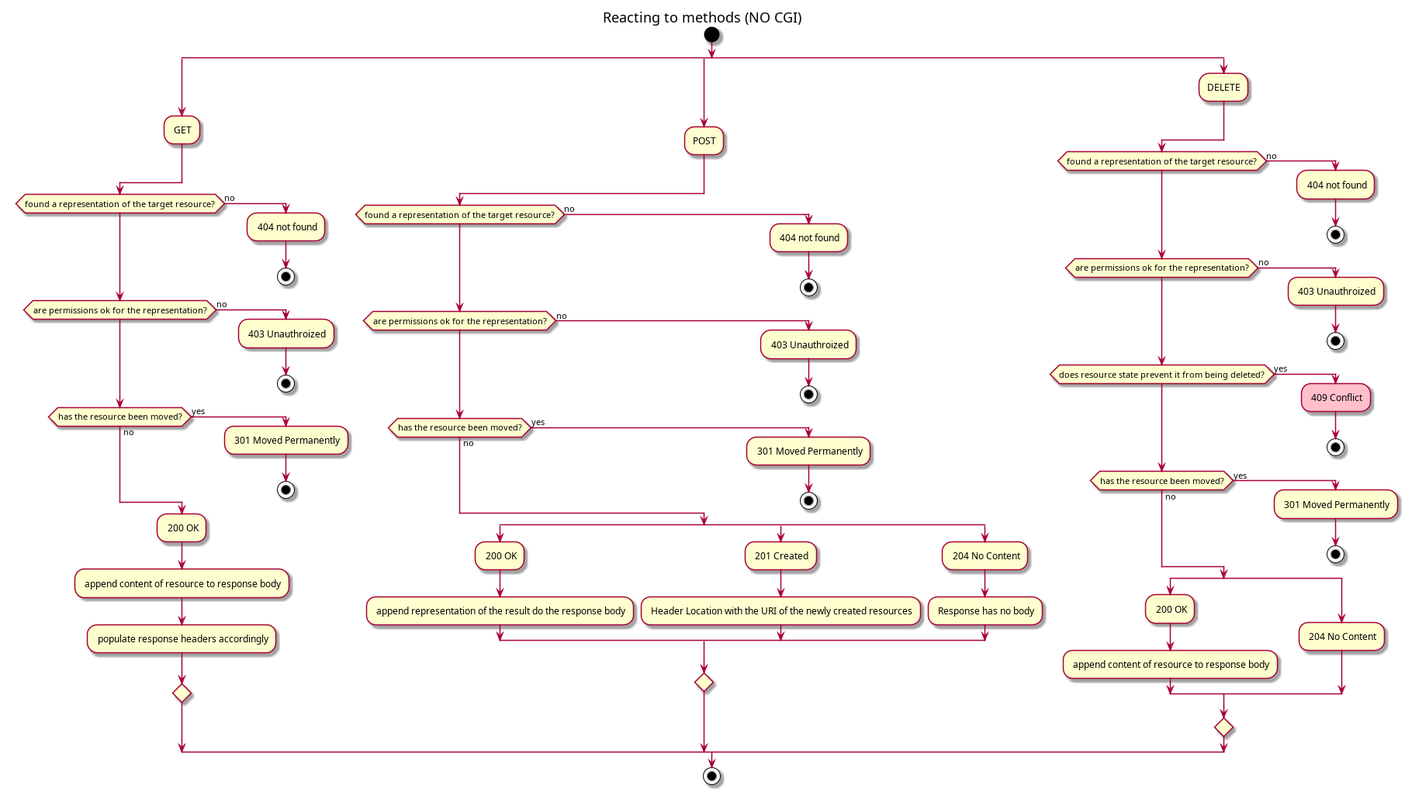
thaisnishimoto/42sp_Webserv keeps this PlantUML diagram as docs/methods.png. Above is the earlier version. Its source is kept beside it as docs/methods.puml.
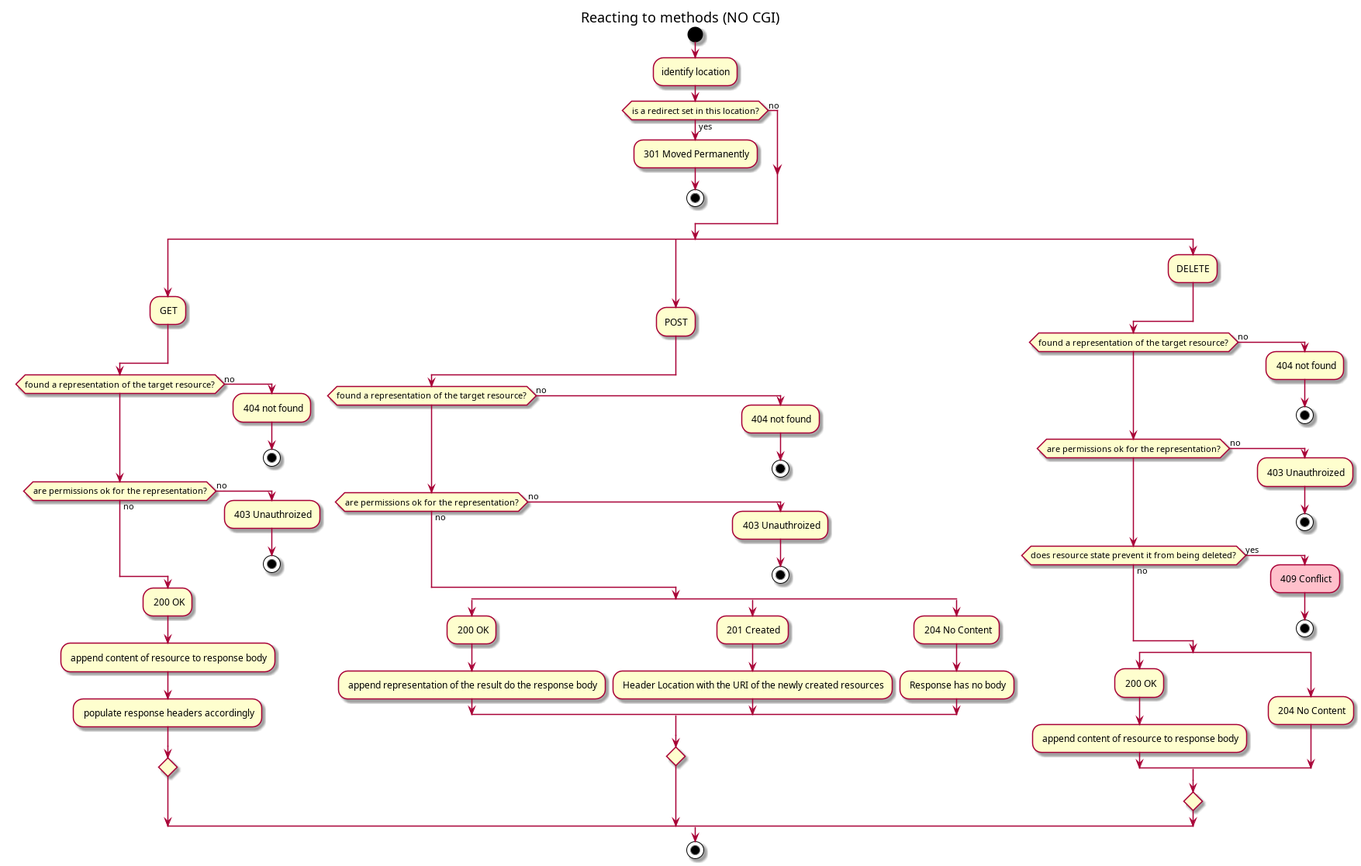
After the commit.

Commit message:
docs: changes where redirections are checked

Change to the diagram source:
```diff
@@ -6,6 +6,13 @@
 
 start
 
+:identify location;
+if (is a redirect set in this location?) then (yes)
+	: 301 Moved Permanently;
+	stop;
+else (no)
+endif
+
 split
 	: GET;
 	if (found a representation of the target resource?) then (no)
@@ -13,9 +20,6 @@
 		stop
 	else if (are permissions ok for the representation?) then (no)
 		: 403 Unauthroized;
-		stop
-	else if (has the resource been moved?) then (yes)
-		: 301 Moved Permanently;
 		stop
 	else (no)
 		: 200 OK;
@@ -29,9 +33,6 @@
 		stop
 	else if (are permissions ok for the representation?) then (no)
 		: 403 Unauthroized;
-		stop
-	else if (has the resource been moved?) then (yes)
-		: 301 Moved Permanently;
 		stop
 	else (no)
 		split
@@ -57,9 +58,6 @@
 	else if (does resource state prevent it from being deleted?) then (yes)
 		#pink: 409 Conflict;
 		stop
-	else if (has the resource been moved?) then (yes)
-		: 301 Moved Permanently;
-		stop
 	else (no)
 		split
 			: 200 OK;
```
